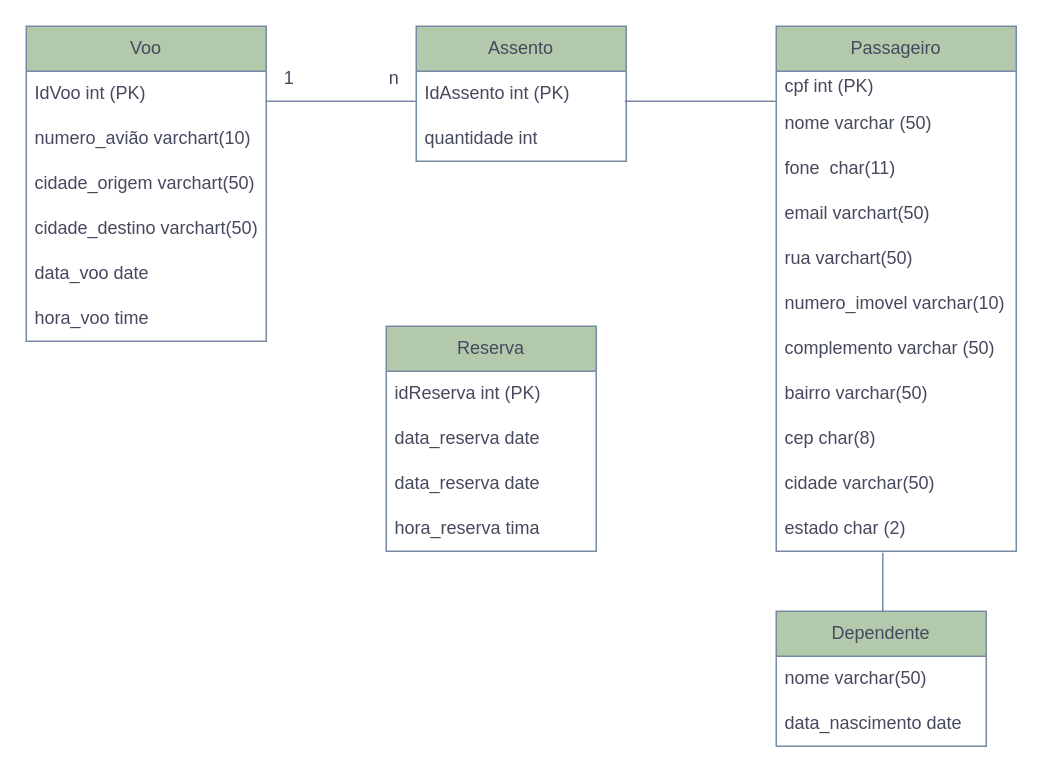
This is Diagrama sem nome.drawio from GabrieLbarzoni/Story, a draw.io file, before an edit. Source tidied: cells renumbered, new cells numbered last; positions are measured from the earlier drawing's top-left corner, leaving out a move shared by most shapes. Both pictures are drawn from the tidied source at 150%, with x=0, y=0 at pixel (26, 26).
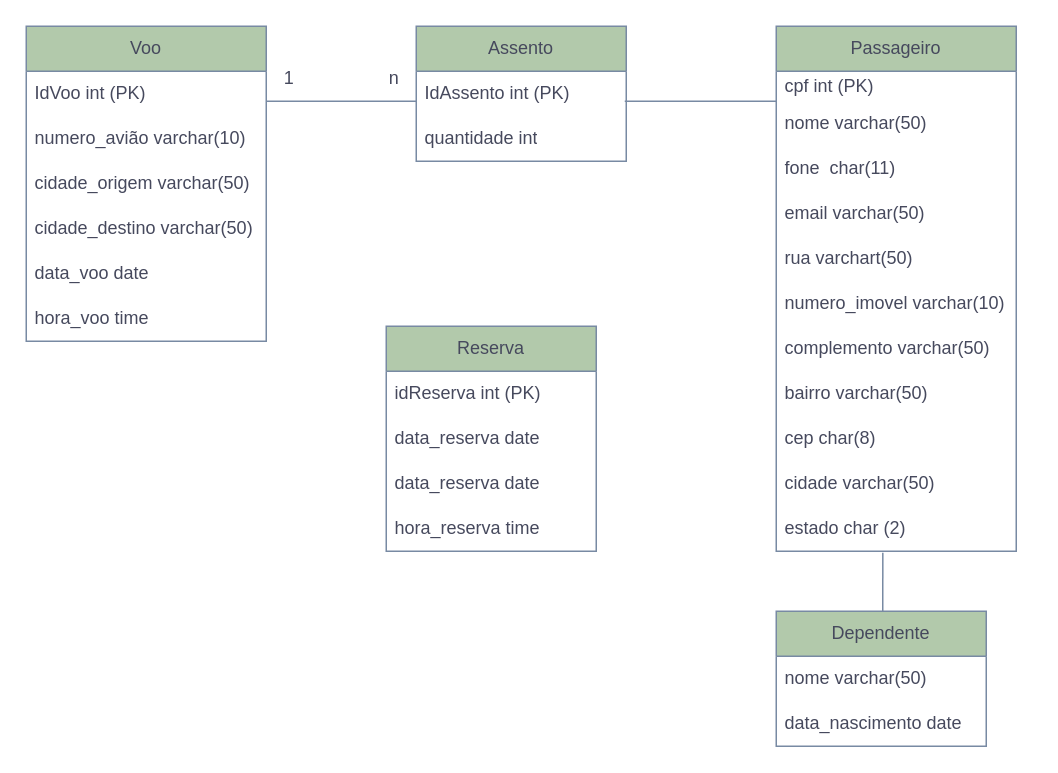
The same diagram, later.

Unchanged cells that the change refers to:
```xml
<mxCell id="2" value="Voo" style="swimlane;fontStyle=0;horizontal=1;startSize=30;whiteSpace=wrap;html=1;rounded=0;shadow=0;glass=0;labelBackgroundColor=none;fillColor=#B2C9AB;strokeColor=#788AA3;fontColor=#46495D;" parent="1" vertex="1">
  <mxGeometry width="160" height="210" as="geometry" />
</mxCell>
<mxCell id="13" value="Passageiro" style="swimlane;fontStyle=0;horizontal=1;startSize=30;whiteSpace=wrap;html=1;labelBackgroundColor=none;fillColor=#B2C9AB;strokeColor=#788AA3;fontColor=#46495D;" parent="1" vertex="1">
  <mxGeometry x="500" width="160" height="350" as="geometry" />
</mxCell>
<mxCell id="28" value="Reserva" style="swimlane;fontStyle=0;horizontal=1;startSize=30;whiteSpace=wrap;html=1;strokeColor=#788AA3;fontColor=#46495D;fillColor=#B2C9AB;" parent="1" vertex="1">
  <mxGeometry x="240" y="200" width="140" height="150" as="geometry" />
</mxCell>
```

Diff of the diagram source:
```diff
@@
-    <mxCell id="4" value="numero_avião varchart(10)" style="text;strokeColor=none;fillColor=none;align=left;verticalAlign=middle;spacingLeft=4;spacingRight=4;overflow=hidden;whiteSpace=wrap;html=1;labelBackgroundColor=none;fontColor=#46495D;" parent="2" vertex="1">
+    <mxCell id="4" value="numero_avião varchar(10)" style="text;strokeColor=none;fillColor=none;align=left;verticalAlign=middle;spacingLeft=4;spacingRight=4;overflow=hidden;whiteSpace=wrap;html=1;labelBackgroundColor=none;fontColor=#46495D;" parent="2" vertex="1">
       <mxGeometry y="60" width="160" height="30" as="geometry" />
     </mxCell>
-    <mxCell id="5" value="cidade_origem varchart(50)" style="text;strokeColor=none;fillColor=none;align=left;verticalAlign=middle;spacingLeft=4;spacingRight=4;overflow=hidden;whiteSpace=wrap;html=1;labelBackgroundColor=none;fontColor=#46495D;" parent="2" vertex="1">
+    <mxCell id="5" value="cidade_origem varchar(50)" style="text;strokeColor=none;fillColor=none;align=left;verticalAlign=middle;spacingLeft=4;spacingRight=4;overflow=hidden;whiteSpace=wrap;html=1;labelBackgroundColor=none;fontColor=#46495D;" parent="2" vertex="1">
       <mxGeometry y="90" width="160" height="30" as="geometry" />
     </mxCell>
-    <mxCell id="6" value="cidade_destino varchart(50)" style="text;strokeColor=none;fillColor=none;align=left;verticalAlign=middle;spacingLeft=4;spacingRight=4;overflow=hidden;whiteSpace=wrap;html=1;labelBackgroundColor=none;fontColor=#46495D;" parent="2" vertex="1">
+    <mxCell id="6" value="cidade_destino varchar(50)" style="text;strokeColor=none;fillColor=none;align=left;verticalAlign=middle;spacingLeft=4;spacingRight=4;overflow=hidden;whiteSpace=wrap;html=1;labelBackgroundColor=none;fontColor=#46495D;" parent="2" vertex="1">
       <mxGeometry y="120" width="160" height="30" as="geometry" />
     </mxCell>
@@
-    <mxCell id="15" value="nome varchar (50)" style="text;strokeColor=none;fillColor=none;align=left;verticalAlign=middle;spacingLeft=4;spacingRight=4;overflow=hidden;whiteSpace=wrap;html=1;labelBackgroundColor=none;fontColor=#46495D;" parent="13" vertex="1">
+    <mxCell id="15" value="nome varchar(50)" style="text;strokeColor=none;fillColor=none;align=left;verticalAlign=middle;spacingLeft=4;spacingRight=4;overflow=hidden;whiteSpace=wrap;html=1;labelBackgroundColor=none;fontColor=#46495D;" parent="13" vertex="1">
       <mxGeometry y="50" width="160" height="30" as="geometry" />
     </mxCell>
@@
-    <mxCell id="17" value="email varchart(50)" style="text;strokeColor=none;fillColor=none;align=left;verticalAlign=middle;spacingLeft=4;spacingRight=4;overflow=hidden;whiteSpace=wrap;html=1;labelBackgroundColor=none;fontColor=#46495D;" parent="13" vertex="1">
+    <mxCell id="17" value="email varchar(50)" style="text;strokeColor=none;fillColor=none;align=left;verticalAlign=middle;spacingLeft=4;spacingRight=4;overflow=hidden;whiteSpace=wrap;html=1;labelBackgroundColor=none;fontColor=#46495D;" parent="13" vertex="1">
       <mxGeometry y="110" width="160" height="30" as="geometry" />
     </mxCell>
@@
-    <mxCell id="20" value="complemento varchar (50)" style="text;strokeColor=none;fillColor=none;align=left;verticalAlign=middle;spacingLeft=4;spacingRight=4;overflow=hidden;whiteSpace=wrap;html=1;labelBackgroundColor=none;fontColor=#46495D;" parent="13" vertex="1">
+    <mxCell id="20" value="complemento varchar(50)" style="text;strokeColor=none;fillColor=none;align=left;verticalAlign=middle;spacingLeft=4;spacingRight=4;overflow=hidden;whiteSpace=wrap;html=1;labelBackgroundColor=none;fontColor=#46495D;" parent="13" vertex="1">
       <mxGeometry y="200" width="160" height="30" as="geometry" />
     </mxCell>
@@
-    <mxCell id="32" value="hora_reserva tima" style="text;strokeColor=none;fillColor=none;align=left;verticalAlign=middle;spacingLeft=4;spacingRight=4;overflow=hidden;whiteSpace=wrap;html=1;fontColor=#46495D;" parent="28" vertex="1">
+    <mxCell id="32" value="hora_reserva time" style="text;strokeColor=none;fillColor=none;align=left;verticalAlign=middle;spacingLeft=4;spacingRight=4;overflow=hidden;whiteSpace=wrap;html=1;fontColor=#46495D;" parent="28" vertex="1">
       <mxGeometry y="120" width="140" height="30" as="geometry" />
     </mxCell>
```
